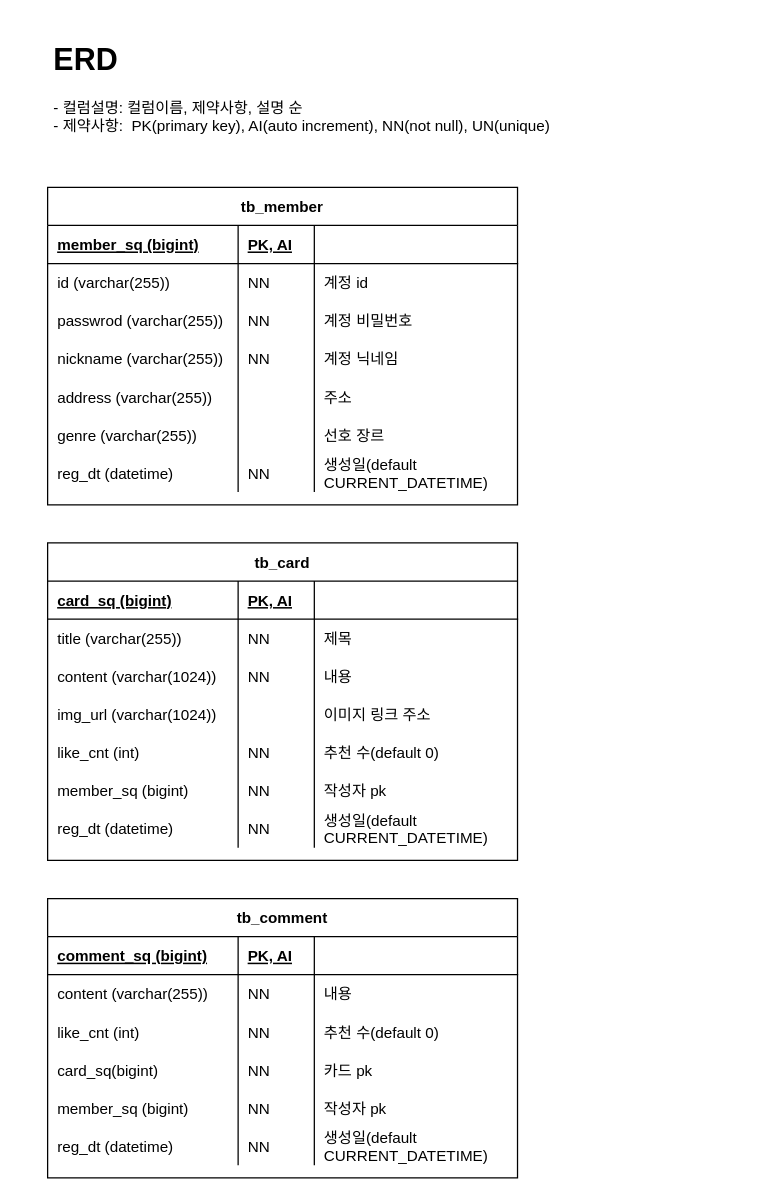
Before: ERD.drawio in kimhanui/vue-toy-server, a draw.io diagram. Source tidied: cells renumbered, new cells numbered last; positions are measured from the earlier drawing's top-left corner, leaving out a move shared by most shapes. Both pictures are drawn from the tidied source at 127%, with x=0, y=0 at pixel (22, 34).
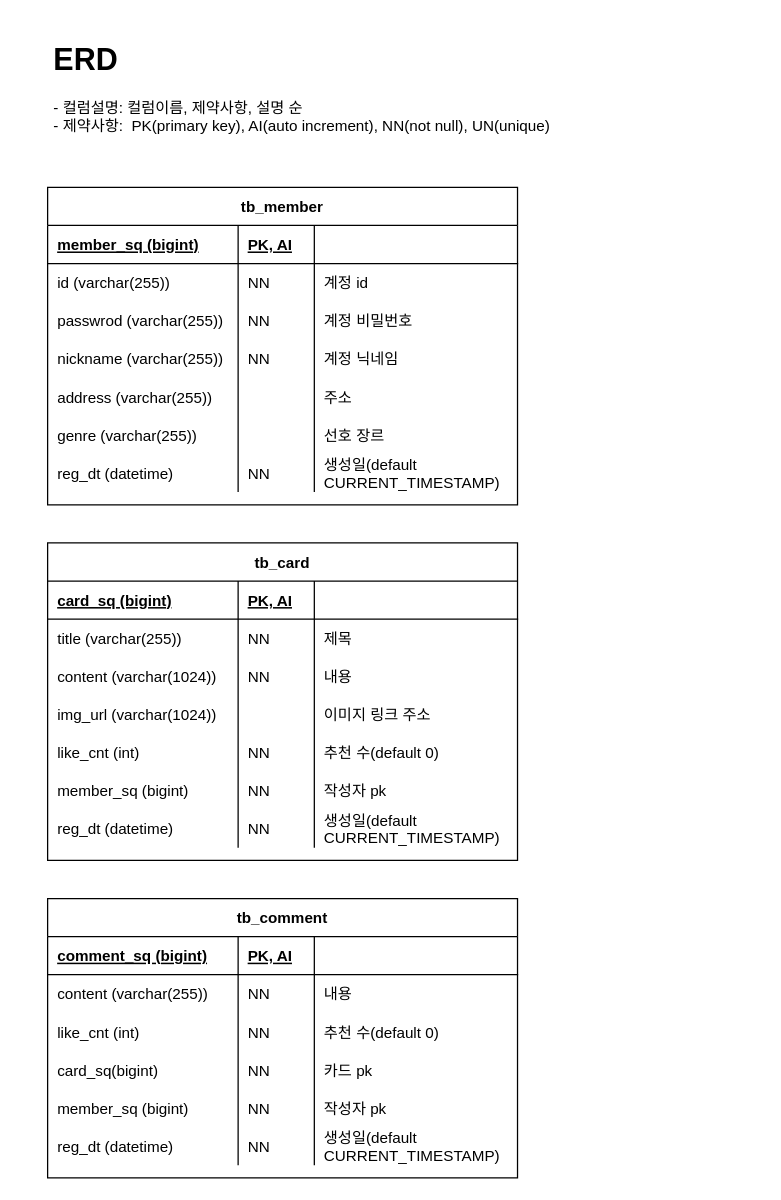
Above is the later version.

Commit message:
docs: update 'reg_dt' default value

Unchanged cells that the change refers to:
```xml
<mxCell id="27" style="shape=tableRow;horizontal=0;startSize=0;swimlaneHead=0;swimlaneBody=0;fillColor=none;top=0;left=0;right=0;bottom=0;" parent="2" vertex="1">
  <mxGeometry y="210" width="370" height="30" as="geometry" />
</mxCell>
<mxCell id="58" style="shape=tableRow;horizontal=0;startSize=0;swimlaneHead=0;swimlaneBody=0;fillColor=none;top=0;left=0;right=0;bottom=0;" parent="33" vertex="1">
  <mxGeometry y="210" width="370" height="30" as="geometry" />
</mxCell>
<mxCell id="83" style="shape=tableRow;horizontal=0;startSize=0;swimlaneHead=0;swimlaneBody=0;fillColor=none;top=0;left=0;right=0;bottom=0;" parent="62" vertex="1">
  <mxGeometry y="180" width="370" height="30" as="geometry" />
</mxCell>
```

Change to the diagram source:
```diff
@@
-    <mxCell id="30" value="생성일(default&#10;CURRENT_DATETIME)" style="shape=partialRectangle;fillColor=none;top=0;left=0;bottom=0;right=0;align=left;spacingLeft=6;overflow=hidden;" parent="27" vertex="1">
+    <mxCell id="30" value="생성일(default&#10;CURRENT_TIMESTAMP)" style="shape=partialRectangle;fillColor=none;top=0;left=0;bottom=0;right=0;align=left;spacingLeft=6;overflow=hidden;" parent="27" vertex="1">
       <mxGeometry x="210" width="160" height="30" as="geometry" />
     </mxCell>
@@
-    <mxCell id="61" value="생성일(default &#10;CURRENT_DATETIME)" style="shape=partialRectangle;fillColor=none;top=0;left=0;bottom=0;right=0;align=left;spacingLeft=6;overflow=hidden;" parent="58" vertex="1">
+    <mxCell id="61" value="생성일(default&#10;CURRENT_TIMESTAMP)" style="shape=partialRectangle;fillColor=none;top=0;left=0;bottom=0;right=0;align=left;spacingLeft=6;overflow=hidden;" parent="58" vertex="1">
       <mxGeometry x="210" width="160" height="30" as="geometry" />
     </mxCell>
@@
-    <mxCell id="86" value="생성일(default&#10;CURRENT_DATETIME)" style="shape=partialRectangle;fillColor=none;top=0;left=0;bottom=0;right=0;align=left;spacingLeft=6;overflow=hidden;" parent="83" vertex="1">
+    <mxCell id="86" value="생성일(default&#10;CURRENT_TIMESTAMP)" style="shape=partialRectangle;fillColor=none;top=0;left=0;bottom=0;right=0;align=left;spacingLeft=6;overflow=hidden;" parent="83" vertex="1">
       <mxGeometry x="210" width="160" height="30" as="geometry" />
     </mxCell>
```
